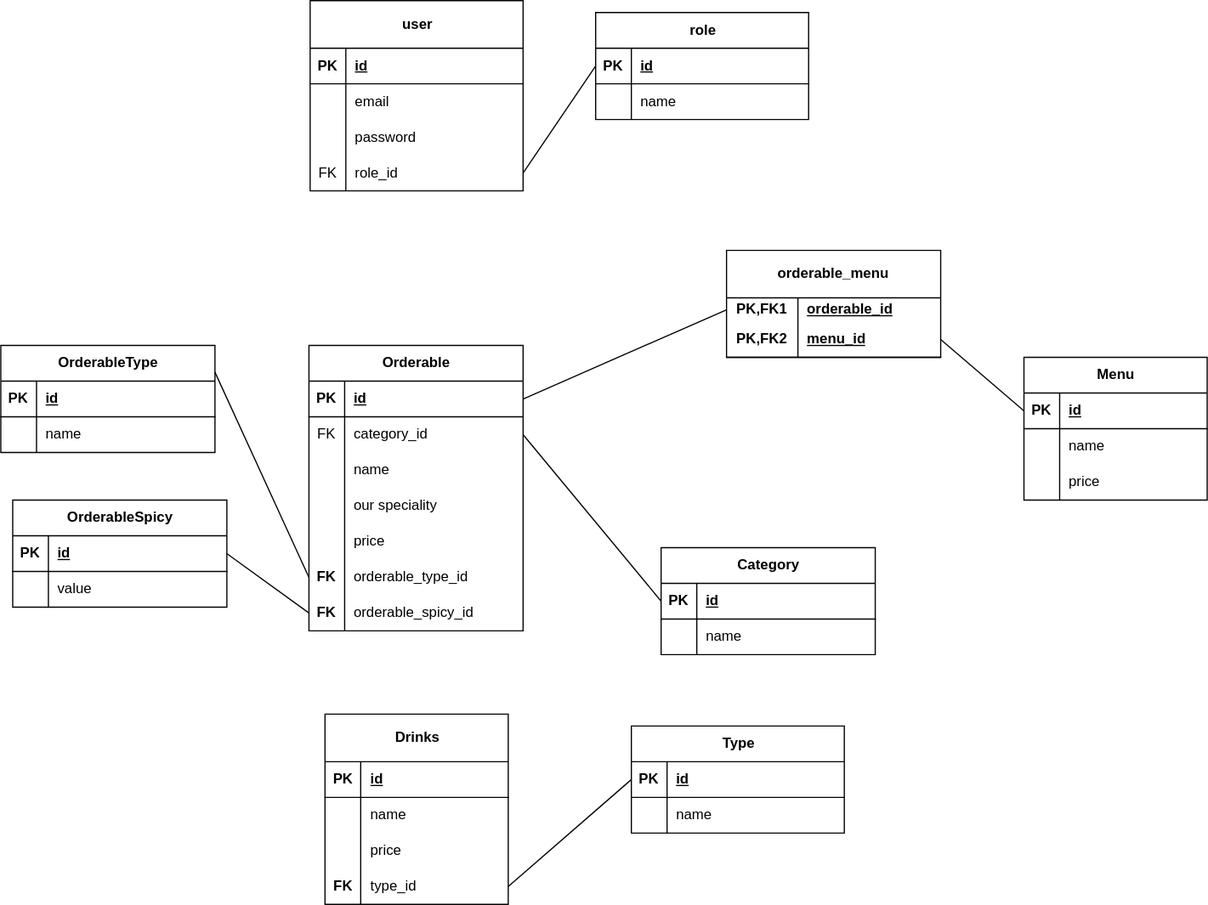
prativa-k/Le-chemin-d-himalaya keeps this draw.io diagram as code/merise/MLD.drawio.svg. Above is the earlier version. Source tidied: cells renumbered, new cells last; positions are measured from the earlier drawing's top-left corner, leaving out a move shared by most shapes.
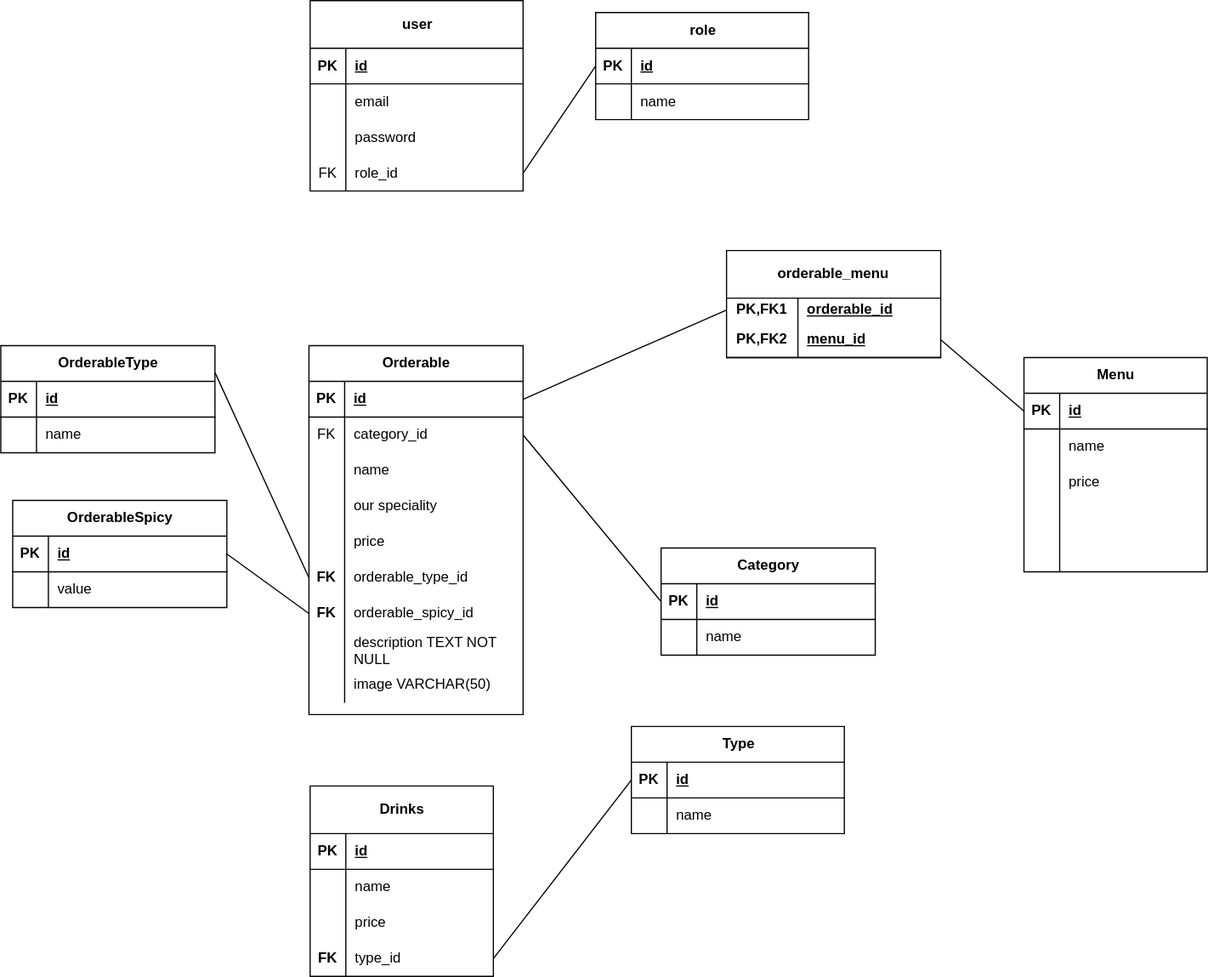
After the commit.

What changed in the source:
```diff
@@ -66,7 +66,7 @@
       <mxGeometry relative="1" as="geometry" />
     </mxCell>
     <mxCell id="23" value="Menu" style="shape=table;startSize=30;rowLines=0;fontStyle=1;align=center;html=1;" parent="1" vertex="1">
-      <mxGeometry x="860" y="300" width="154" height="120" as="geometry" />
+      <mxGeometry x="860" y="300" width="154" height="180" as="geometry" />
     </mxCell>
     <mxCell id="24" style="shape=tableRow;horizontal=0;startSize=0;swimlaneHead=0;swimlaneBody=0;fillColor=none;points=[[0,0.5],[1,0.5]];portConstraint=eastwest;top=0;left=0;right=0;bottom=1;" parent="23" vertex="1">
       <mxGeometry y="30" width="154" height="30" as="geometry" />
@@ -95,8 +95,26 @@
     <mxCell id="32" value="price" style="shape=partialRectangle;fillColor=none;top=0;left=0;bottom=0;right=0;align=left;spacingLeft=6;overflow=hidden;whiteSpace=wrap;html=1;" parent="30" vertex="1">
       <mxGeometry x="30" width="124" height="30" as="geometry" />
     </mxCell>
+    <mxCell id="109" style="shape=tableRow;horizontal=0;startSize=0;swimlaneHead=0;swimlaneBody=0;fillColor=none;top=0;left=0;right=0;bottom=0;" parent="23" vertex="1">
+      <mxGeometry y="120" width="154" height="30" as="geometry" />
+    </mxCell>
+    <mxCell id="110" style="shape=partialRectangle;fillColor=none;top=0;left=0;bottom=0;right=0;overflow=hidden;whiteSpace=wrap;html=1;" parent="109" vertex="1">
+      <mxGeometry width="30" height="30" as="geometry" />
+    </mxCell>
+    <mxCell id="111" style="shape=partialRectangle;fillColor=none;top=0;left=0;bottom=0;right=0;align=left;spacingLeft=6;overflow=hidden;whiteSpace=wrap;html=1;" parent="109" vertex="1">
+      <mxGeometry x="30" width="124" height="30" as="geometry" />
+    </mxCell>
+    <mxCell id="112" style="shape=tableRow;horizontal=0;startSize=0;swimlaneHead=0;swimlaneBody=0;fillColor=none;top=0;left=0;right=0;bottom=0;" parent="23" vertex="1">
+      <mxGeometry y="150" width="154" height="30" as="geometry" />
+    </mxCell>
+    <mxCell id="113" style="shape=partialRectangle;fillColor=none;top=0;left=0;bottom=0;right=0;overflow=hidden;whiteSpace=wrap;html=1;" parent="112" vertex="1">
+      <mxGeometry width="30" height="30" as="geometry" />
+    </mxCell>
+    <mxCell id="114" style="shape=partialRectangle;fillColor=none;top=0;left=0;bottom=0;right=0;align=left;spacingLeft=6;overflow=hidden;whiteSpace=wrap;html=1;" parent="112" vertex="1">
+      <mxGeometry x="30" width="124" height="30" as="geometry" />
+    </mxCell>
     <mxCell id="33" value="Drinks" style="shape=table;startSize=40;rowLines=0;fontStyle=1;align=center;html=1;" parent="1" vertex="1">
-      <mxGeometry x="272.5" y="600" width="154" height="160" as="geometry" />
+      <mxGeometry x="260" y="660" width="154" height="160" as="geometry" />
     </mxCell>
     <mxCell id="34" style="shape=tableRow;horizontal=0;startSize=0;swimlaneHead=0;swimlaneBody=0;fillColor=none;top=0;left=0;right=0;bottom=1;" parent="33" vertex="1">
       <mxGeometry y="40" width="154" height="30" as="geometry" />
@@ -177,7 +195,7 @@
       <mxGeometry x="30" width="150" height="30" as="geometry" />
     </mxCell>
     <mxCell id="60" value="Orderable" style="shape=table;startSize=30;rowLines=0;fontStyle=1;align=center;html=1;" parent="1" vertex="1">
-      <mxGeometry x="259" y="290" width="180" height="240" as="geometry" />
+      <mxGeometry x="259" y="290" width="180" height="310" as="geometry" />
     </mxCell>
     <mxCell id="61" style="shape=tableRow;horizontal=0;startSize=0;swimlaneHead=0;swimlaneBody=0;fillColor=none;points=[[0,0.5],[1,0.5]];portConstraint=eastwest;top=0;left=0;right=0;bottom=1;" parent="60" vertex="1">
       <mxGeometry y="30" width="180" height="30" as="geometry" />
@@ -242,6 +260,24 @@
     <mxCell id="81" value="orderable_spicy_id" style="shape=partialRectangle;fillColor=none;top=0;left=0;bottom=0;right=0;align=left;spacingLeft=6;overflow=hidden;whiteSpace=wrap;html=1;" parent="79" vertex="1">
       <mxGeometry x="30" width="150" height="30" as="geometry" />
     </mxCell>
+    <mxCell id="115" style="shape=tableRow;horizontal=0;startSize=0;swimlaneHead=0;swimlaneBody=0;fillColor=none;top=0;left=0;right=0;bottom=0;" parent="60" vertex="1">
+      <mxGeometry y="240" width="180" height="30" as="geometry" />
+    </mxCell>
+    <mxCell id="116" style="shape=partialRectangle;fillColor=none;top=0;left=0;bottom=0;right=0;overflow=hidden;whiteSpace=wrap;html=1;" parent="115" vertex="1">
+      <mxGeometry width="30" height="30" as="geometry" />
+    </mxCell>
+    <mxCell id="117" value="description TEXT NOT NULL" style="shape=partialRectangle;fillColor=none;top=0;left=0;bottom=0;right=0;align=left;spacingLeft=6;overflow=hidden;whiteSpace=wrap;html=1;" parent="115" vertex="1">
+      <mxGeometry x="30" width="150" height="30" as="geometry" />
+    </mxCell>
+    <mxCell id="118" style="shape=tableRow;horizontal=0;startSize=0;swimlaneHead=0;swimlaneBody=0;fillColor=none;top=0;left=0;right=0;bottom=0;" parent="60" vertex="1">
+      <mxGeometry y="270" width="180" height="30" as="geometry" />
+    </mxCell>
+    <mxCell id="119" style="shape=partialRectangle;fillColor=none;top=0;left=0;bottom=0;right=0;overflow=hidden;whiteSpace=wrap;html=1;" parent="118" vertex="1">
+      <mxGeometry width="30" height="30" as="geometry" />
+    </mxCell>
+    <mxCell id="120" value="image VARCHAR(50)" style="shape=partialRectangle;fillColor=none;top=0;left=0;bottom=0;right=0;align=left;spacingLeft=6;overflow=hidden;whiteSpace=wrap;html=1;" parent="118" vertex="1">
+      <mxGeometry x="30" width="150" height="30" as="geometry" />
+    </mxCell>
     <mxCell id="82" style="endArrow=none;html=1;rounded=0;exitX=1;exitY=0.5;exitDx=0;exitDy=0;entryX=0;entryY=0.5;entryDx=0;entryDy=0;" parent="1" edge="1" source="64" target="54">
       <mxGeometry relative="1" as="geometry" />
     </mxCell>
```
